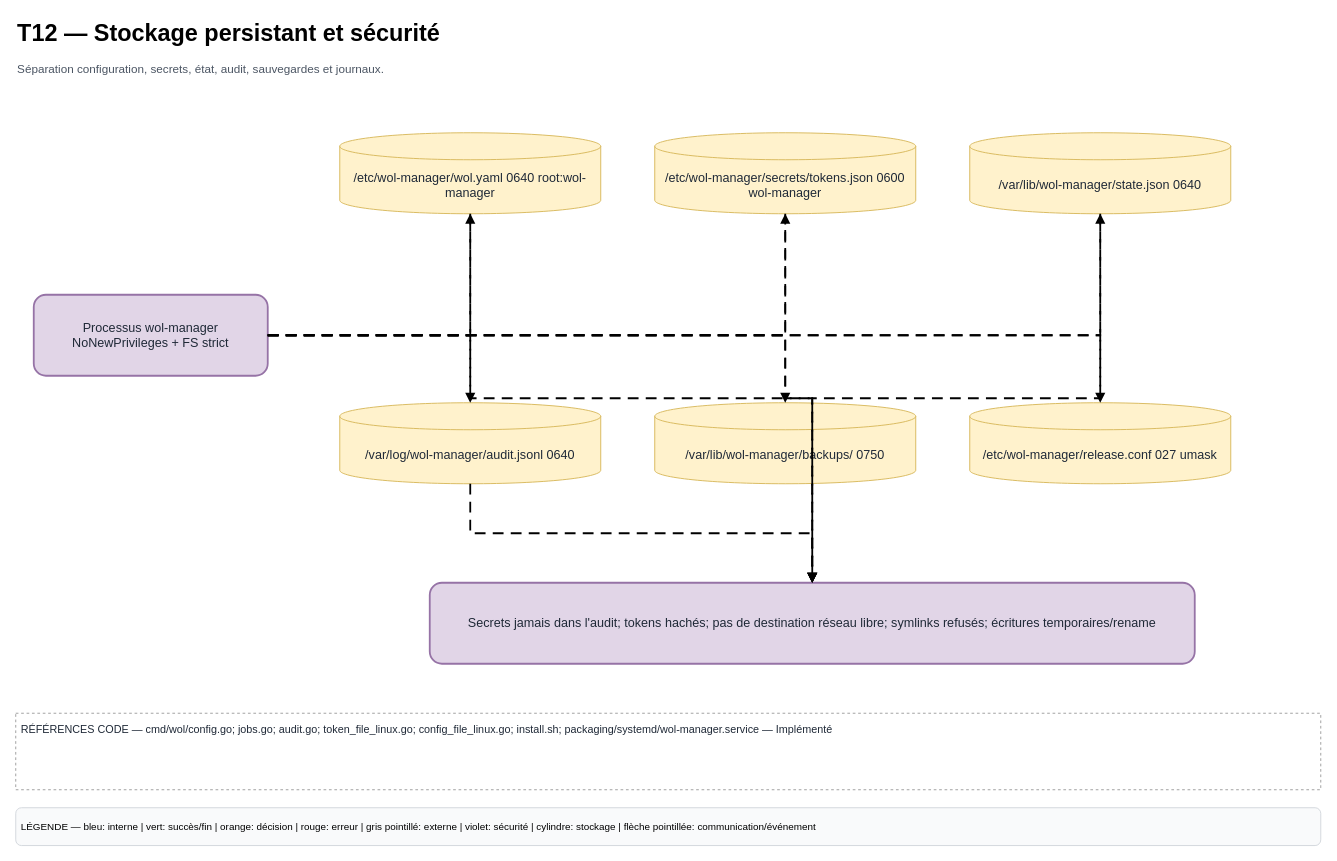
This is page "T12 — Stockage et sécurité" (12 of 18) of docs/diagrams/WoL-Manager-Technique.drawio from HaasGa-Factory/WOL-Manager, a draw.io file, before an edit. Source tidied: cells renumbered, new cells numbered last; positions are measured from the earlier drawing's top-left corner, leaving out a move shared by most shapes. Both pictures are drawn from the tidied source at 90%, with x=0, y=0 at pixel (15, 15).
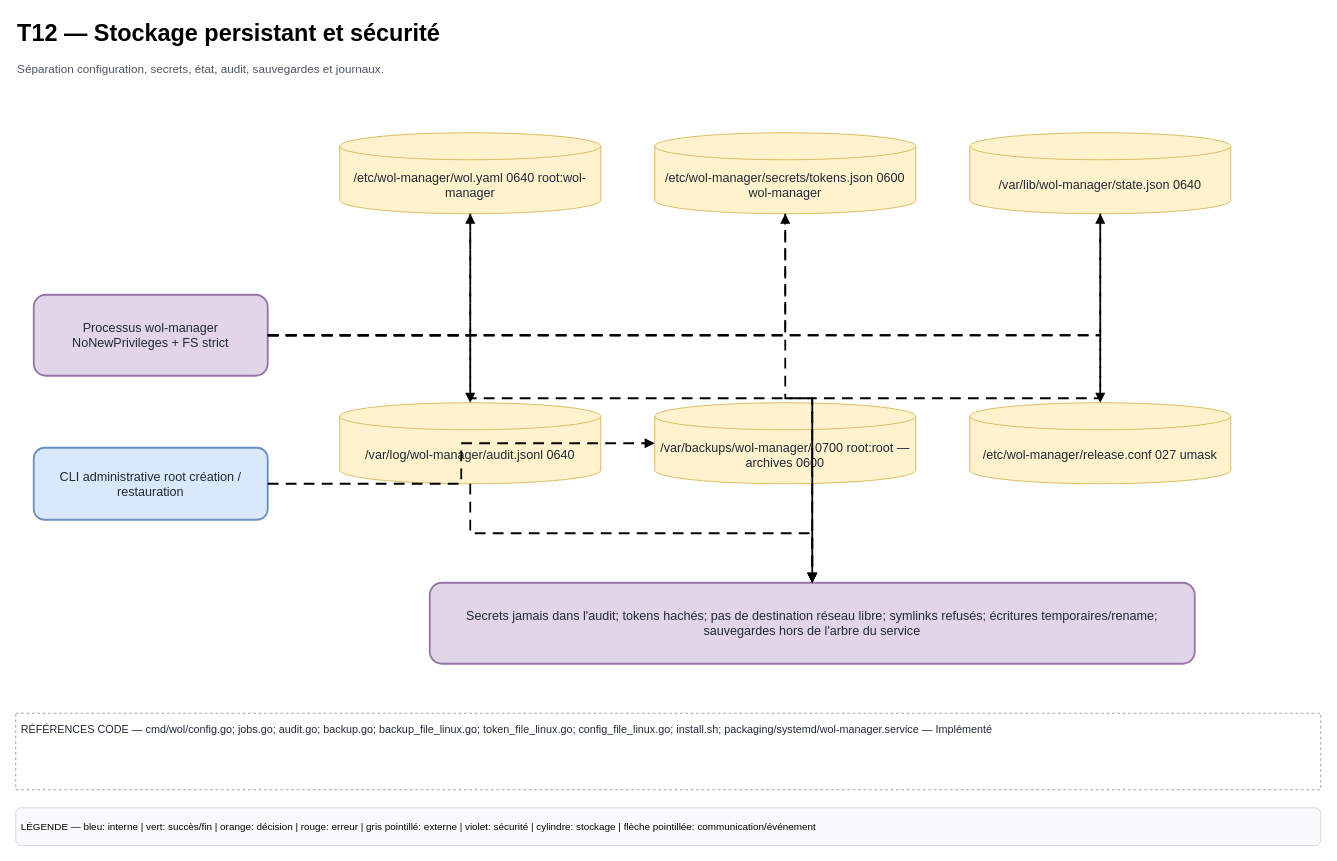
The same diagram, later.

The change refers to these unchanged cells:
```xml
<mxCell id="6" value="Processus wol-manager&amp;#xa;NoNewPrivileges + FS strict" style="whiteSpace=wrap;html=1;fillColor=#e1d5e7;strokeColor=#9673a6;fontSize=14;fontColor=#1f2937;align=center;verticalAlign=middle;spacing=6;shadow=0;rounded=1;strokeWidth=2;" parent="1" vertex="1">
  <mxGeometry x="20" y="310" width="260" height="90" as="geometry" />
</mxCell>
```

Change to the diagram source:
```diff
@@
-    <mxCell id="5" value="RÉFÉRENCES CODE — cmd/wol/config.go; jobs.go; audit.go; token_file_linux.go; config_file_linux.go; install.sh; packaging/systemd/wol-manager.service — Implémenté" style="whiteSpace=wrap;html=1;fillColor=#ffffff;strokeColor=#999999;fontSize=14;fontColor=#1f2937;align=center;verticalAlign=middle;spacing=6;shadow=0;rounded=0;dashed=1;align=left;verticalAlign=top;fontSize=12;" parent="1" vertex="1">
+    <mxCell id="5" value="RÉFÉRENCES CODE — cmd/wol/config.go; jobs.go; audit.go; backup.go; backup_file_linux.go; token_file_linux.go; config_file_linux.go; install.sh; packaging/systemd/wol-manager.service — Implémenté" style="whiteSpace=wrap;html=1;fillColor=#ffffff;strokeColor=#999999;fontSize=14;fontColor=#1f2937;align=center;verticalAlign=middle;spacing=6;shadow=0;rounded=0;dashed=1;align=left;verticalAlign=top;fontSize=12;" parent="1" vertex="1">
       <mxGeometry y="775" width="1450" height="85" as="geometry" />
     </mxCell>
@@
+    <mxCell id="24" value="CLI administrative root&amp;#xa;création / restauration" style="whiteSpace=wrap;html=1;fillColor=#dae8fc;strokeColor=#6c8ebf;fontSize=14;fontColor=#1f2937;align=center;verticalAlign=middle;spacing=6;shadow=0;rounded=1;strokeWidth=2;" parent="1" vertex="1">
+      <mxGeometry x="20" y="480" width="260" height="80" as="geometry" />
+    </mxCell>
@@
-    <mxCell id="11" value="/var/lib/wol-manager/backups/&amp;#xa;0750" style="whiteSpace=wrap;html=1;fillColor=#fff2cc;strokeColor=#d6b656;fontSize=14;fontColor=#1f2937;align=center;verticalAlign=middle;spacing=6;shadow=0;shape=cylinder3;boundedLbl=1;backgroundOutline=1;size=15;" parent="1" vertex="1">
+    <mxCell id="11" value="/var/backups/wol-manager/&amp;#xa;0700 root:root — archives 0600" style="whiteSpace=wrap;html=1;fillColor=#fff2cc;strokeColor=#d6b656;fontSize=14;fontColor=#1f2937;align=center;verticalAlign=middle;spacing=6;shadow=0;shape=cylinder3;boundedLbl=1;backgroundOutline=1;size=15;" parent="1" vertex="1">
       <mxGeometry x="710" y="430" width="290" height="90" as="geometry" />
     </mxCell>
@@
-    <mxCell id="13" value="Secrets jamais dans l&amp;#x27;audit; tokens hachés; pas de destination réseau libre; symlinks refusés; écritures temporaires/rename" style="whiteSpace=wrap;html=1;fillColor=#e1d5e7;strokeColor=#9673a6;fontSize=14;fontColor=#1f2937;align=center;verticalAlign=middle;spacing=6;shadow=0;rounded=1;strokeWidth=2;" parent="1" vertex="1">
+    <mxCell id="13" value="Secrets jamais dans l&amp;#x27;audit; tokens hachés; pas de destination réseau libre; symlinks refusés; écritures temporaires/rename; sauvegardes hors de l&amp;#x27;arbre du service" style="whiteSpace=wrap;html=1;fillColor=#e1d5e7;strokeColor=#9673a6;fontSize=14;fontColor=#1f2937;align=center;verticalAlign=middle;spacing=6;shadow=0;rounded=1;strokeWidth=2;" parent="1" vertex="1">
       <mxGeometry x="460" y="630" width="850" height="90" as="geometry" />
     </mxCell>
@@
-    <mxCell id="18" style="edgeStyle=orthogonalEdgeStyle;rounded=0;jettySize=auto;html=1;endArrow=block;endFill=1;strokeWidth=2;fontSize=12;labelBackgroundColor=#ffffff;dashed=1;dashPattern=6 4;" parent="1" edge="1" source="6" target="11">
+    <mxCell id="18" style="edgeStyle=orthogonalEdgeStyle;rounded=0;jettySize=auto;html=1;endArrow=block;endFill=1;strokeWidth=2;fontSize=12;labelBackgroundColor=#ffffff;dashed=1;dashPattern=6 4;" parent="1" edge="1" source="24" target="11">
       <mxGeometry relative="1" as="geometry" />
     </mxCell>
```
